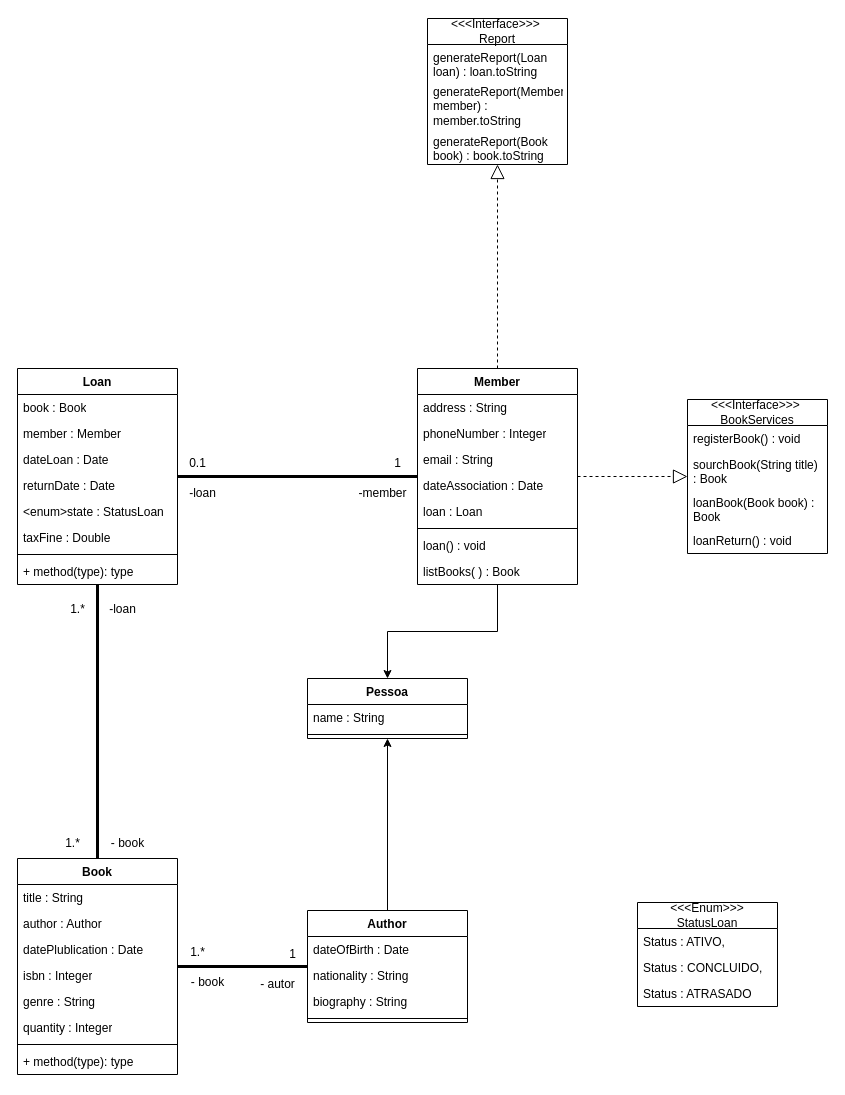
The draw.io diagram LibraryDiagram.drawio in Eduardo-Decarli/SP_SpringBoot_AWS_Desafio_01, before the edit. Source tidied: cells renumbered, new cells numbered last; positions are measured from the earlier drawing's top-left corner, leaving out a move shared by most shapes. Both pictures are drawn from the tidied source at 100%, with x=0, y=0 at pixel (17, 18).
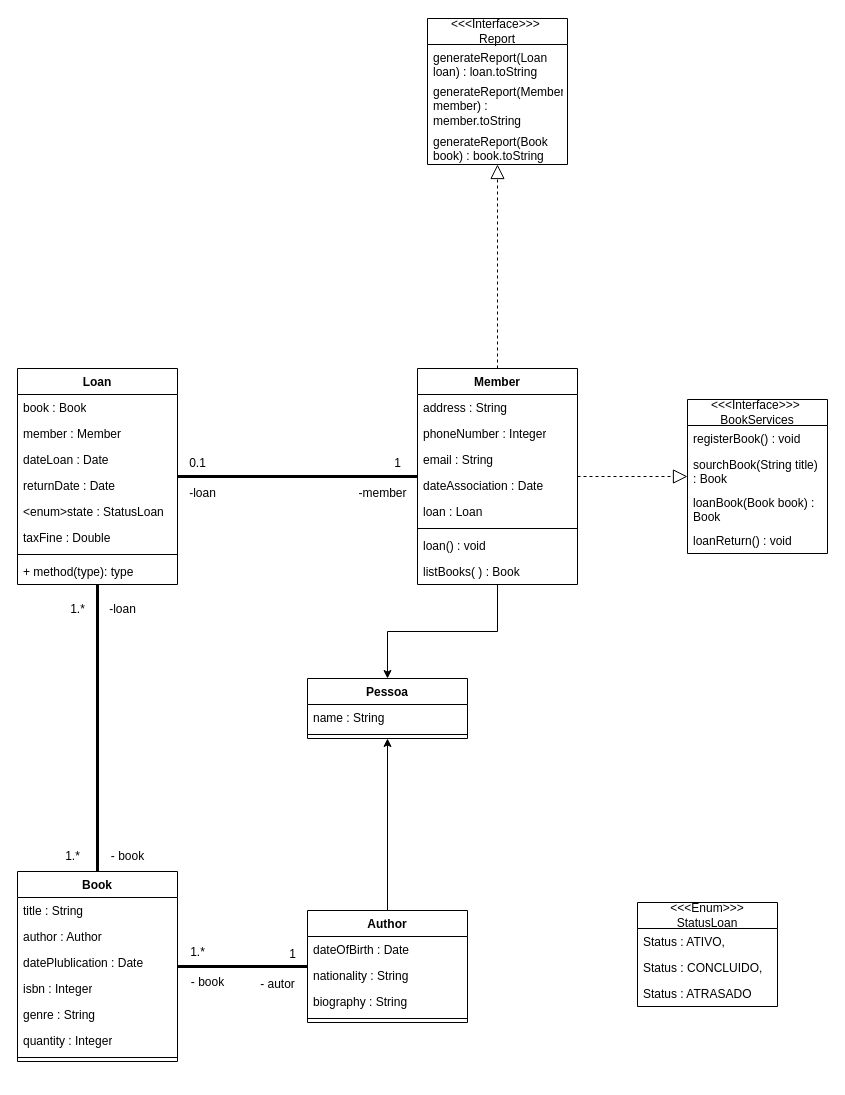
Above is the later version.

Diff of the diagram source:
```diff
@@
     <mxCell id="2" value="Book" style="swimlane;fontStyle=1;align=center;verticalAlign=top;horizontal=1;startSize=26;whiteSpace=wrap;html=1;" parent="1" vertex="1">
-      <mxGeometry y="840" width="160" height="216" as="geometry" />
+      <mxGeometry y="853" width="160" height="190" as="geometry" />
     </mxCell>
@@
-    <mxCell id="10" value="+ method(type): type" style="text;strokeColor=none;fillColor=none;align=left;verticalAlign=top;spacingLeft=4;spacingRight=4;overflow=hidden;whiteSpace=wrap;html=1;" parent="2" vertex="1">
-      <mxGeometry y="190" width="160" height="26" as="geometry" />
-    </mxCell>
@@
     <mxCell id="43" value="1.*" style="text;html=1;align=center;verticalAlign=middle;strokeColor=none;fillColor=none;" parent="1" vertex="1">
-      <mxGeometry x="35" y="810" width="40" height="30" as="geometry" />
+      <mxGeometry x="35" y="823" width="40" height="30" as="geometry" />
     </mxCell>
     <mxCell id="44" value="- book" style="text;html=1;align=center;verticalAlign=middle;strokeColor=none;fillColor=none;" parent="1" vertex="1">
-      <mxGeometry x="80" y="810" width="60" height="30" as="geometry" />
+      <mxGeometry x="80" y="823" width="60" height="30" as="geometry" />
     </mxCell>
```
